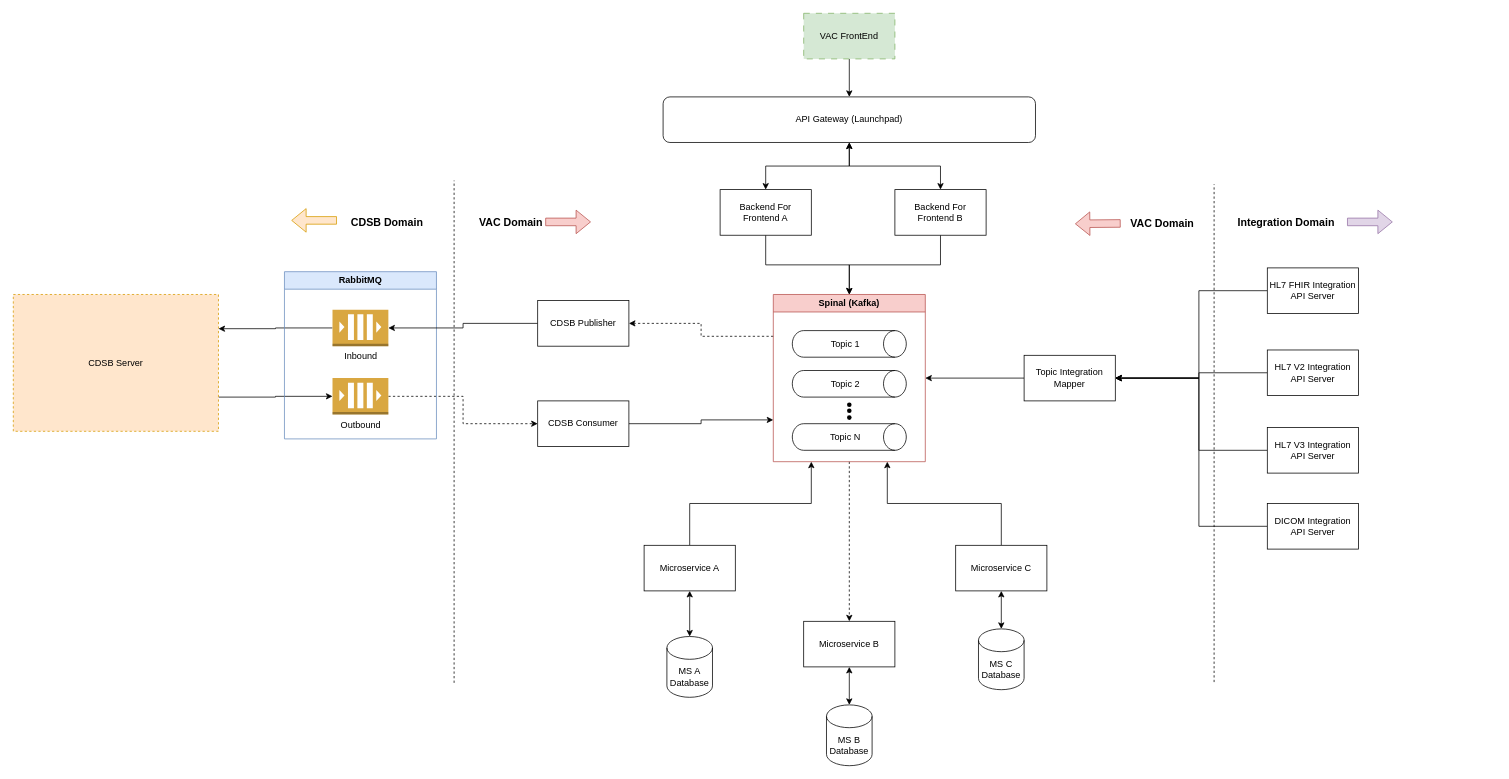
Earlier version of the draw.io diagram VAC NextGen.drawio (ez-philips/draw_io_diagrams). Source tidied: cells renumbered, new cells numbered last; positions are measured from the earlier drawing's top-left corner, leaving out a move shared by most shapes. Both pictures are drawn from the tidied source at 76%, with x=0, y=0 at pixel (13, 13).
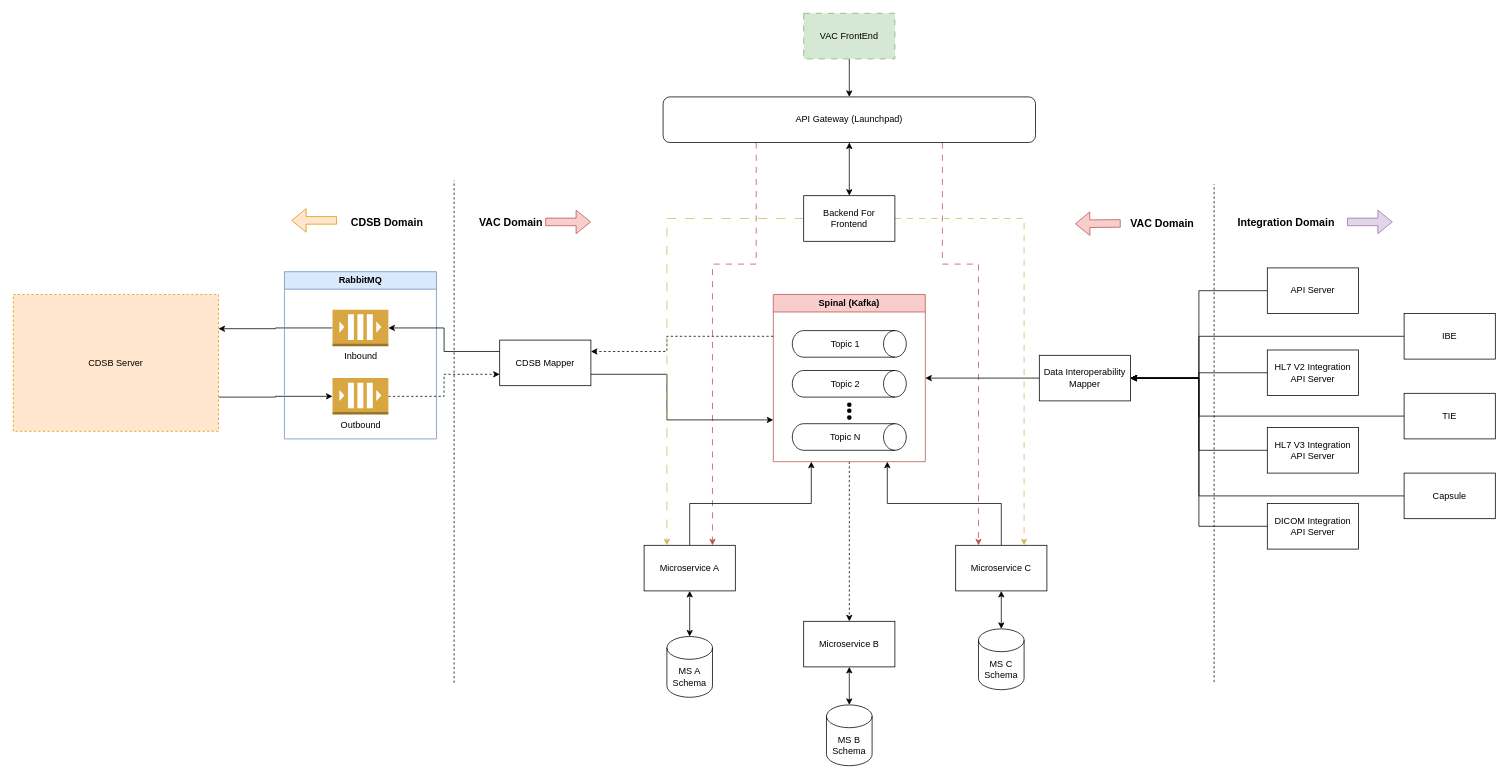
The same page after the edit.

Unchanged cells that the change refers to:
```xml
<mxCell id="5" value="API Gateway (Launchpad)" style="rounded=1;whiteSpace=wrap;html=1;" parent="1" vertex="1">
  <mxGeometry x="855" y="110" width="490" height="60" as="geometry" />
</mxCell>
<mxCell id="12" value="Outbound" style="outlineConnect=0;dashed=0;verticalLabelPosition=bottom;verticalAlign=top;align=center;html=1;shape=mxgraph.aws3.queue;fillColor=#D9A741;gradientColor=none;" parent="1" vertex="1">
  <mxGeometry x="420" y="480" width="73.5" height="48" as="geometry" />
</mxCell>
<mxCell id="14" value="Inbound" style="outlineConnect=0;dashed=0;verticalLabelPosition=bottom;verticalAlign=top;align=center;html=1;shape=mxgraph.aws3.queue;fillColor=#D9A741;gradientColor=none;" parent="1" vertex="1">
  <mxGeometry x="420" y="390" width="73.5" height="48" as="geometry" />
</mxCell>
<mxCell id="20" value="Spinal (Kafka)" style="swimlane;whiteSpace=wrap;html=1;fillColor=#f8cecc;strokeColor=#b85450;" parent="1" vertex="1">
  <mxGeometry x="1000" y="370" width="200" height="220" as="geometry" />
</mxCell>
<mxCell id="41" value="Microservice A" style="rounded=0;whiteSpace=wrap;html=1;" parent="1" vertex="1">
  <mxGeometry x="830" y="700" width="120" height="60" as="geometry" />
</mxCell>
<mxCell id="46" value="Microservice C" style="rounded=0;whiteSpace=wrap;html=1;" parent="1" vertex="1">
  <mxGeometry x="1240" y="700" width="120" height="60" as="geometry" />
</mxCell>
```

What changed in the source:
```diff
@@
+    <mxCell id="71" style="edgeStyle=orthogonalEdgeStyle;rounded=0;jettySize=auto;html=1;exitX=0.75;exitY=1;exitDx=0;exitDy=0;entryX=0.25;entryY=0;entryDx=0;entryDy=0;dashed=1;dashPattern=8 8;fillColor=#f8cecc;strokeColor=#b85450;" parent="1" edge="1" source="5" target="46">
+      <mxGeometry relative="1" as="geometry">
+        <Array as="points">
+          <mxPoint x="1223" y="330" />
+          <mxPoint x="1270" y="330" />
+        </Array>
+      </mxGeometry>
+    </mxCell>
+    <mxCell id="72" style="edgeStyle=orthogonalEdgeStyle;rounded=0;jettySize=auto;html=1;exitX=0.25;exitY=1;exitDx=0;exitDy=0;entryX=0.75;entryY=0;entryDx=0;entryDy=0;dashed=1;dashPattern=8 8;fillColor=#f8cecc;strokeColor=#b85450;" parent="1" edge="1" source="5" target="41">
+      <mxGeometry relative="1" as="geometry">
+        <Array as="points">
+          <mxPoint x="978" y="330" />
+          <mxPoint x="920" y="330" />
+        </Array>
+      </mxGeometry>
+    </mxCell>
@@
-    <mxCell id="8" style="edgeStyle=orthogonalEdgeStyle;rounded=0;jettySize=auto;html=1;entryX=0;entryY=0.75;entryDx=0;entryDy=0;" parent="1" edge="1" source="9" target="20">
-      <mxGeometry relative="1" as="geometry" />
+    <mxCell id="8" style="edgeStyle=orthogonalEdgeStyle;rounded=0;jettySize=auto;html=1;entryX=0;entryY=0.75;entryDx=0;entryDy=0;exitX=1;exitY=0.75;exitDx=0;exitDy=0;" parent="1" edge="1" source="17" target="20">
+      <mxGeometry relative="1" as="geometry">
+        <Array as="points">
+          <mxPoint x="860" y="475" />
+          <mxPoint x="860" y="535" />
+        </Array>
+      </mxGeometry>
     </mxCell>
-    <mxCell id="9" value="CDSB Consumer" style="rounded=0;whiteSpace=wrap;html=1;" parent="1" vertex="1">
-      <mxGeometry x="690" y="510" width="120" height="60" as="geometry" />
-    </mxCell>
@@
-    <mxCell id="11" style="edgeStyle=orthogonalEdgeStyle;rounded=0;jettySize=auto;html=1;exitX=1;exitY=0.5;exitDx=0;exitDy=0;exitPerimeter=0;entryX=0;entryY=0.5;entryDx=0;entryDy=0;dashed=1;" parent="1" edge="1" source="12" target="9">
+    <mxCell id="11" style="edgeStyle=orthogonalEdgeStyle;rounded=0;jettySize=auto;html=1;exitX=1;exitY=0.5;exitDx=0;exitDy=0;exitPerimeter=0;entryX=0;entryY=0.75;entryDx=0;entryDy=0;dashed=1;" parent="1" edge="1" source="12" target="17">
       <mxGeometry relative="1" as="geometry" />
     </mxCell>
@@
-    <mxCell id="16" style="edgeStyle=orthogonalEdgeStyle;rounded=0;jettySize=auto;html=1;entryX=1;entryY=0.5;entryDx=0;entryDy=0;entryPerimeter=0;" parent="1" edge="1" source="17" target="14">
+    <mxCell id="16" style="edgeStyle=orthogonalEdgeStyle;rounded=0;jettySize=auto;html=1;entryX=1;entryY=0.5;entryDx=0;entryDy=0;entryPerimeter=0;exitX=0;exitY=0.25;exitDx=0;exitDy=0;" parent="1" edge="1" source="17" target="14">
       <mxGeometry relative="1" as="geometry" />
     </mxCell>
-    <mxCell id="17" value="CDSB Publisher" style="rounded=0;whiteSpace=wrap;html=1;" parent="1" vertex="1">
-      <mxGeometry x="690" y="378" width="120" height="60" as="geometry" />
+    <mxCell id="17" value="CDSB Mapper" style="rounded=0;whiteSpace=wrap;html=1;" parent="1" vertex="1">
+      <mxGeometry x="640" y="430" width="120" height="60" as="geometry" />
     </mxCell>
-    <mxCell id="18" style="edgeStyle=orthogonalEdgeStyle;rounded=0;jettySize=auto;html=1;entryX=1;entryY=0.5;entryDx=0;entryDy=0;dashed=1;exitX=0;exitY=0.25;exitDx=0;exitDy=0;" parent="1" edge="1" source="20" target="17">
-      <mxGeometry relative="1" as="geometry" />
+    <mxCell id="18" style="edgeStyle=orthogonalEdgeStyle;rounded=0;jettySize=auto;html=1;entryX=1;entryY=0.25;entryDx=0;entryDy=0;dashed=1;exitX=0;exitY=0.25;exitDx=0;exitDy=0;" parent="1" edge="1" source="20" target="17">
+      <mxGeometry relative="1" as="geometry">
+        <Array as="points">
+          <mxPoint x="860" y="425" />
+          <mxPoint x="860" y="445" />
+        </Array>
+      </mxGeometry>
     </mxCell>
@@
-    <mxCell id="53" value="MS A Database" style="shape=cylinder3;whiteSpace=wrap;html=1;boundedLbl=1;backgroundOutline=1;size=15;" parent="1" vertex="1">
+    <mxCell id="53" value="MS A Schema" style="shape=cylinder3;whiteSpace=wrap;html=1;boundedLbl=1;backgroundOutline=1;size=15;" parent="1" vertex="1">
       <mxGeometry x="860" y="820" width="60" height="80" as="geometry" />
     </mxCell>
-    <mxCell id="54" value="MS B Database" style="shape=cylinder3;whiteSpace=wrap;html=1;boundedLbl=1;backgroundOutline=1;size=15;" parent="1" vertex="1">
+    <mxCell id="54" value="MS B Schema" style="shape=cylinder3;whiteSpace=wrap;html=1;boundedLbl=1;backgroundOutline=1;size=15;" parent="1" vertex="1">
       <mxGeometry x="1070" y="910" width="60" height="80" as="geometry" />
     </mxCell>
-    <mxCell id="55" value="MS C Database" style="shape=cylinder3;whiteSpace=wrap;html=1;boundedLbl=1;backgroundOutline=1;size=15;" parent="1" vertex="1">
+    <mxCell id="55" value="MS C Schema" style="shape=cylinder3;whiteSpace=wrap;html=1;boundedLbl=1;backgroundOutline=1;size=15;" parent="1" vertex="1">
       <mxGeometry x="1270" y="810" width="60" height="80" as="geometry" />
     </mxCell>
@@
-    <mxCell id="57" value="HL7 FHIR Integration API Server" style="rounded=0;whiteSpace=wrap;html=1;" parent="1" vertex="1">
+    <mxCell id="57" value="API Server" style="rounded=0;whiteSpace=wrap;html=1;" parent="1" vertex="1">
       <mxGeometry x="1650" y="335" width="120" height="60" as="geometry" />
     </mxCell>
@@
-    <mxCell id="65" value="Topic Integration Mapper&lt;br&gt;" style="rounded=0;whiteSpace=wrap;html=1;" parent="1" vertex="1">
-      <mxGeometry x="1330" y="450" width="120" height="60" as="geometry" />
+    <mxCell id="65" value="Data Interoperability Mapper" style="rounded=0;whiteSpace=wrap;html=1;" parent="1" vertex="1">
+      <mxGeometry x="1350" y="450" width="120" height="60" as="geometry" />
     </mxCell>
-    <mxCell id="66" style="edgeStyle=orthogonalEdgeStyle;rounded=0;jettySize=auto;html=1;entryX=0.5;entryY=0;entryDx=0;entryDy=0;" parent="1" edge="1" source="67" target="20">
-      <mxGeometry relative="1" as="geometry" />
-    </mxCell>
+    <mxCell id="73" style="edgeStyle=orthogonalEdgeStyle;rounded=0;jettySize=auto;html=1;entryX=0.25;entryY=0;entryDx=0;entryDy=0;fillColor=#fff2cc;strokeColor=#d6b656;dashed=1;dashPattern=12 12;" parent="1" edge="1" source="67" target="41">
+      <mxGeometry relative="1" as="geometry" />
+    </mxCell>
+    <mxCell id="74" style="edgeStyle=orthogonalEdgeStyle;rounded=0;jettySize=auto;html=1;entryX=0.75;entryY=0;entryDx=0;entryDy=0;dashed=1;dashPattern=8 8;fillColor=#fff2cc;strokeColor=#d6b656;" parent="1" edge="1" source="67" target="46">
+      <mxGeometry relative="1" as="geometry" />
+    </mxCell>
-    <mxCell id="67" value="Backend For Frontend A" style="rounded=0;whiteSpace=wrap;html=1;" parent="1" vertex="1">
-      <mxGeometry x="930" y="232" width="120" height="60" as="geometry" />
+    <mxCell id="67" value="Backend For Frontend" style="rounded=0;whiteSpace=wrap;html=1;" parent="1" vertex="1">
+      <mxGeometry x="1040" y="240" width="120" height="60" as="geometry" />
     </mxCell>
-    <mxCell id="68" style="edgeStyle=orthogonalEdgeStyle;rounded=0;jettySize=auto;html=1;entryX=0.5;entryY=1;entryDx=0;entryDy=0;startArrow=classic;startFill=1;" parent="1" edge="1" source="70" target="5">
-      <mxGeometry relative="1" as="geometry" />
-    </mxCell>
-    <mxCell id="69" style="edgeStyle=orthogonalEdgeStyle;rounded=0;jettySize=auto;html=1;entryX=0.5;entryY=0;entryDx=0;entryDy=0;" parent="1" edge="1" source="70" target="20">
-      <mxGeometry relative="1" as="geometry" />
-    </mxCell>
-    <mxCell id="70" value="Backend For Frontend B" style="rounded=0;whiteSpace=wrap;html=1;" parent="1" vertex="1">
-      <mxGeometry x="1160" y="232" width="120" height="60" as="geometry" />
-    </mxCell>
+    <mxCell id="75" style="edgeStyle=orthogonalEdgeStyle;rounded=0;jettySize=auto;html=1;entryX=1;entryY=0.5;entryDx=0;entryDy=0;" parent="1" edge="1" source="76" target="65">
+      <mxGeometry relative="1" as="geometry">
+        <Array as="points">
+          <mxPoint x="1560" y="425" />
+          <mxPoint x="1560" y="480" />
+        </Array>
+      </mxGeometry>
+    </mxCell>
+    <mxCell id="76" value="IBE" style="rounded=0;whiteSpace=wrap;html=1;" parent="1" vertex="1">
+      <mxGeometry x="1830" y="395" width="120" height="60" as="geometry" />
+    </mxCell>
+    <mxCell id="77" style="edgeStyle=orthogonalEdgeStyle;rounded=0;jettySize=auto;html=1;entryX=1;entryY=0.5;entryDx=0;entryDy=0;" parent="1" edge="1" source="78" target="65">
+      <mxGeometry relative="1" as="geometry">
+        <Array as="points">
+          <mxPoint x="1560" y="530" />
+          <mxPoint x="1560" y="480" />
+        </Array>
+      </mxGeometry>
+    </mxCell>
+    <mxCell id="78" value="TIE" style="rounded=0;whiteSpace=wrap;html=1;" parent="1" vertex="1">
+      <mxGeometry x="1830" y="500" width="120" height="60" as="geometry" />
+    </mxCell>
+    <mxCell id="79" style="edgeStyle=orthogonalEdgeStyle;rounded=0;jettySize=auto;html=1;entryX=1;entryY=0.5;entryDx=0;entryDy=0;" parent="1" edge="1" source="80" target="65">
+      <mxGeometry relative="1" as="geometry">
+        <Array as="points">
+          <mxPoint x="1560" y="635" />
+          <mxPoint x="1560" y="480" />
+        </Array>
+      </mxGeometry>
+    </mxCell>
+    <mxCell id="80" value="Capsule" style="rounded=0;whiteSpace=wrap;html=1;" parent="1" vertex="1">
+      <mxGeometry x="1830" y="605" width="120" height="60" as="geometry" />
+    </mxCell>
```
